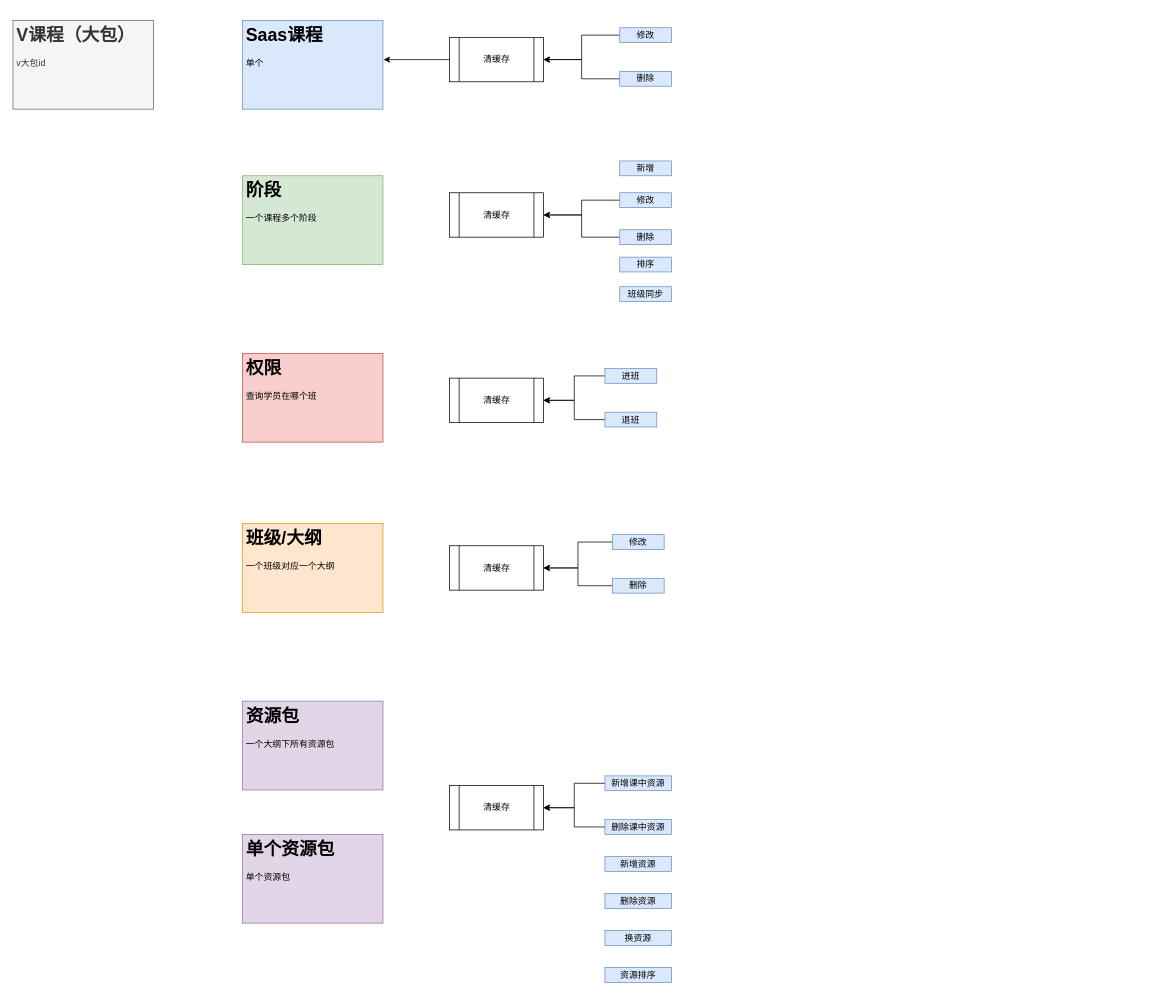
Before: Untitled Diagram.drawio in haiyanqi/frontTechnology_BaiDu_Yan, a draw.io diagram. Source tidied: cells renumbered, new cells numbered last; positions are measured from the earlier drawing's top-left corner, leaving out a move shared by most shapes. Both pictures are drawn from the tidied source at 74%, with x=0, y=0 at pixel (13, 20).
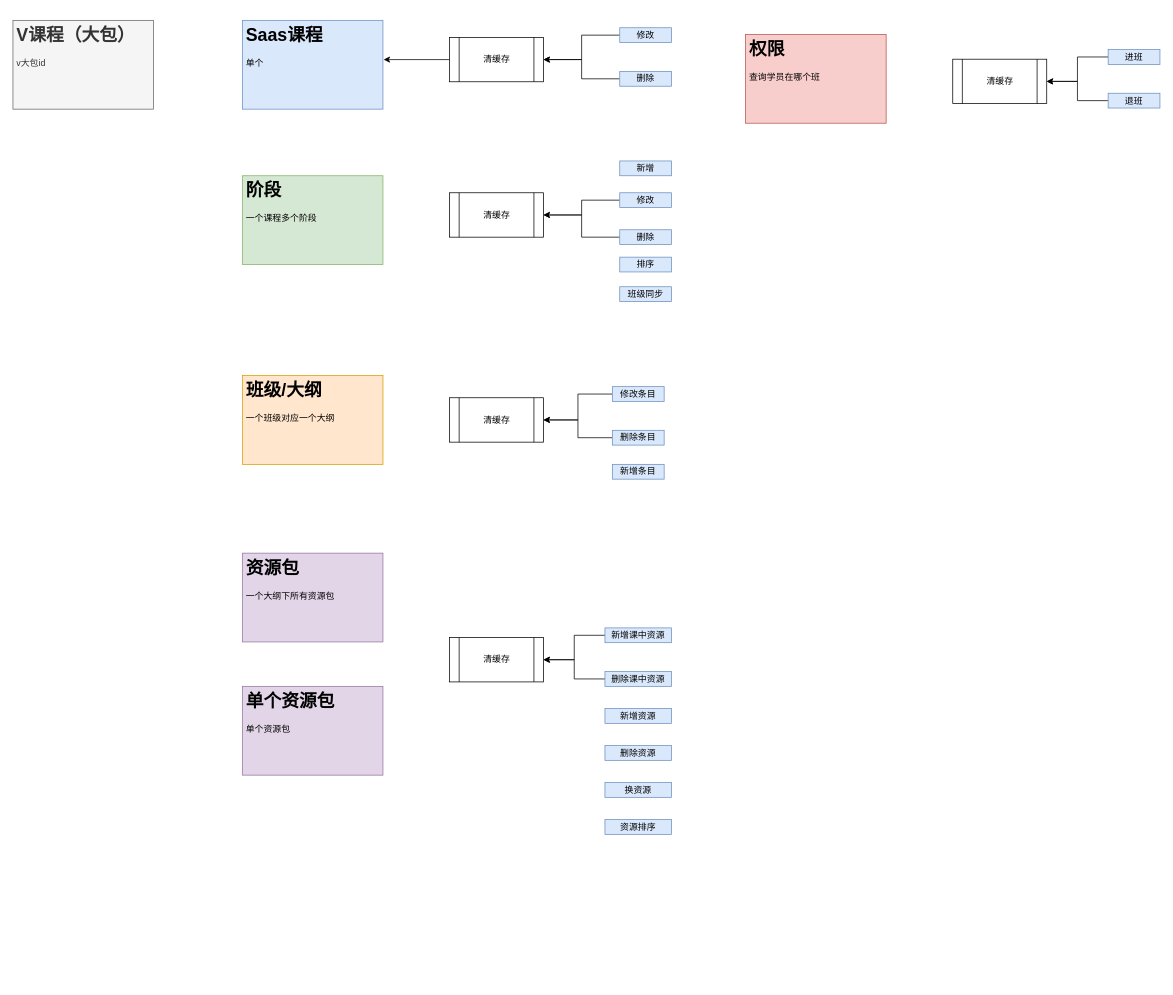
Above is the later version.

Diff of the diagram source:
```diff
@@
     <mxCell id="5" value="&lt;h1&gt;班级/大纲&lt;/h1&gt;&lt;p&gt;一个班级对应一个大纲&lt;/p&gt;" style="text;html=1;strokeColor=#d79b00;fillColor=#ffe6cc;spacing=5;spacingTop=-20;whiteSpace=wrap;overflow=hidden;rounded=0;" parent="1" vertex="1">
-      <mxGeometry x="310" y="680" width="190" height="120" as="geometry" />
+      <mxGeometry x="310" y="480" width="190" height="120" as="geometry" />
     </mxCell>
     <mxCell id="6" value="&lt;h1&gt;权限&lt;/h1&gt;&lt;p&gt;查询学员在哪个班&lt;/p&gt;" style="text;html=1;strokeColor=#b85450;fillColor=#f8cecc;spacing=5;spacingTop=-20;whiteSpace=wrap;overflow=hidden;rounded=0;" parent="1" vertex="1">
-      <mxGeometry x="310" y="450" width="190" height="120" as="geometry" />
+      <mxGeometry x="990" y="19" width="190" height="120" as="geometry" />
     </mxCell>
     <mxCell id="7" value="&lt;h1&gt;资源包&lt;/h1&gt;&lt;p&gt;一个大纲下所有资源包&lt;/p&gt;" style="text;html=1;strokeColor=#9673a6;fillColor=#e1d5e7;spacing=5;spacingTop=-20;whiteSpace=wrap;overflow=hidden;rounded=0;" parent="1" vertex="1">
-      <mxGeometry x="310" y="920" width="190" height="120" as="geometry" />
+      <mxGeometry x="310" y="720" width="190" height="120" as="geometry" />
     </mxCell>
     <mxCell id="8" value="&lt;h1&gt;单个资源包&lt;/h1&gt;&lt;p&gt;单个资源包&lt;/p&gt;" style="text;html=1;strokeColor=#9673a6;fillColor=#e1d5e7;spacing=5;spacingTop=-20;whiteSpace=wrap;overflow=hidden;rounded=0;" parent="1" vertex="1">
-      <mxGeometry x="310" y="1100" width="190" height="120" as="geometry" />
+      <mxGeometry x="310" y="900" width="190" height="120" as="geometry" />
     </mxCell>
@@
     <mxCell id="20" value="&lt;span&gt;清缓存&lt;/span&gt;" style="shape=process;whiteSpace=wrap;html=1;backgroundOutline=1;" parent="1" vertex="1">
-      <mxGeometry x="590" y="710" width="127" height="60" as="geometry" />
+      <mxGeometry x="590" y="510" width="127" height="60" as="geometry" />
     </mxCell>
@@
-    <mxCell id="22" value="修改" style="text;html=1;strokeColor=#6c8ebf;fillColor=#dae8fc;align=center;verticalAlign=middle;whiteSpace=wrap;rounded=0;" parent="1" vertex="1">
-      <mxGeometry x="810" y="695" width="70" height="20" as="geometry" />
+    <mxCell id="22" value="修改条目" style="text;html=1;strokeColor=#6c8ebf;fillColor=#dae8fc;align=center;verticalAlign=middle;whiteSpace=wrap;rounded=0;" parent="1" vertex="1">
+      <mxGeometry x="810" y="495" width="70" height="20" as="geometry" />
     </mxCell>
@@
-    <mxCell id="24" value="删除" style="text;html=1;strokeColor=#6c8ebf;fillColor=#dae8fc;align=center;verticalAlign=middle;whiteSpace=wrap;rounded=0;" parent="1" vertex="1">
-      <mxGeometry x="810" y="754" width="70" height="20" as="geometry" />
+    <mxCell id="24" value="删除条目" style="text;html=1;strokeColor=#6c8ebf;fillColor=#dae8fc;align=center;verticalAlign=middle;whiteSpace=wrap;rounded=0;" parent="1" vertex="1">
+      <mxGeometry x="810" y="554" width="70" height="20" as="geometry" />
     </mxCell>
     <mxCell id="25" value="&lt;span&gt;清缓存&lt;/span&gt;" style="shape=process;whiteSpace=wrap;html=1;backgroundOutline=1;" parent="1" vertex="1">
-      <mxGeometry x="590" y="483.5" width="127" height="60" as="geometry" />
+      <mxGeometry x="1270" y="52.5" width="127" height="60" as="geometry" />
     </mxCell>
@@
     <mxCell id="27" value="进班" style="text;html=1;strokeColor=#6c8ebf;fillColor=#dae8fc;align=center;verticalAlign=middle;whiteSpace=wrap;rounded=0;" parent="1" vertex="1">
-      <mxGeometry x="800" y="470.5" width="70" height="20" as="geometry" />
+      <mxGeometry x="1480" y="39.5" width="70" height="20" as="geometry" />
     </mxCell>
@@
     <mxCell id="29" value="退班" style="text;html=1;strokeColor=#6c8ebf;fillColor=#dae8fc;align=center;verticalAlign=middle;whiteSpace=wrap;rounded=0;" parent="1" vertex="1">
-      <mxGeometry x="800" y="529.5" width="70" height="20" as="geometry" />
+      <mxGeometry x="1480" y="98.5" width="70" height="20" as="geometry" />
     </mxCell>
     <mxCell id="30" value="&lt;span&gt;清缓存&lt;/span&gt;" style="shape=process;whiteSpace=wrap;html=1;backgroundOutline=1;" parent="1" vertex="1">
-      <mxGeometry x="590" y="1034" width="127" height="60" as="geometry" />
+      <mxGeometry x="590" y="834" width="127" height="60" as="geometry" />
     </mxCell>
@@
     <mxCell id="32" value="新增课中资源" style="text;html=1;strokeColor=#6c8ebf;fillColor=#dae8fc;align=center;verticalAlign=middle;whiteSpace=wrap;rounded=0;" parent="1" vertex="1">
-      <mxGeometry x="800" y="1021" width="90" height="20" as="geometry" />
+      <mxGeometry x="800" y="821" width="90" height="20" as="geometry" />
     </mxCell>
@@
     <mxCell id="34" value="删除课中资源" style="text;html=1;strokeColor=#6c8ebf;fillColor=#dae8fc;align=center;verticalAlign=middle;whiteSpace=wrap;rounded=0;" parent="1" vertex="1">
-      <mxGeometry x="800" y="1080" width="90" height="20" as="geometry" />
+      <mxGeometry x="800" y="880" width="90" height="20" as="geometry" />
     </mxCell>
     <mxCell id="35" value="新增资源" style="text;html=1;strokeColor=#6c8ebf;fillColor=#dae8fc;align=center;verticalAlign=middle;whiteSpace=wrap;rounded=0;" parent="1" vertex="1">
-      <mxGeometry x="800" y="1130" width="90" height="20" as="geometry" />
+      <mxGeometry x="800" y="930" width="90" height="20" as="geometry" />
     </mxCell>
     <mxCell id="36" value="删除资源" style="text;html=1;strokeColor=#6c8ebf;fillColor=#dae8fc;align=center;verticalAlign=middle;whiteSpace=wrap;rounded=0;" parent="1" vertex="1">
-      <mxGeometry x="800" y="1180" width="90" height="20" as="geometry" />
+      <mxGeometry x="800" y="980" width="90" height="20" as="geometry" />
     </mxCell>
     <mxCell id="37" value="换资源" style="text;html=1;strokeColor=#6c8ebf;fillColor=#dae8fc;align=center;verticalAlign=middle;whiteSpace=wrap;rounded=0;" parent="1" vertex="1">
-      <mxGeometry x="800" y="1230" width="90" height="20" as="geometry" />
+      <mxGeometry x="800" y="1030" width="90" height="20" as="geometry" />
     </mxCell>
     <mxCell id="38" value="资源排序" style="text;html=1;strokeColor=#6c8ebf;fillColor=#dae8fc;align=center;verticalAlign=middle;whiteSpace=wrap;rounded=0;" parent="1" vertex="1">
-      <mxGeometry x="800" y="1280" width="90" height="20" as="geometry" />
+      <mxGeometry x="800" y="1080" width="90" height="20" as="geometry" />
     </mxCell>
@@
+    <mxCell id="42" value="新增条目" style="text;html=1;strokeColor=#6c8ebf;fillColor=#dae8fc;align=center;verticalAlign=middle;whiteSpace=wrap;rounded=0;" parent="1" vertex="1">
+      <mxGeometry x="810" y="600" width="70" height="20" as="geometry" />
+    </mxCell>
```
